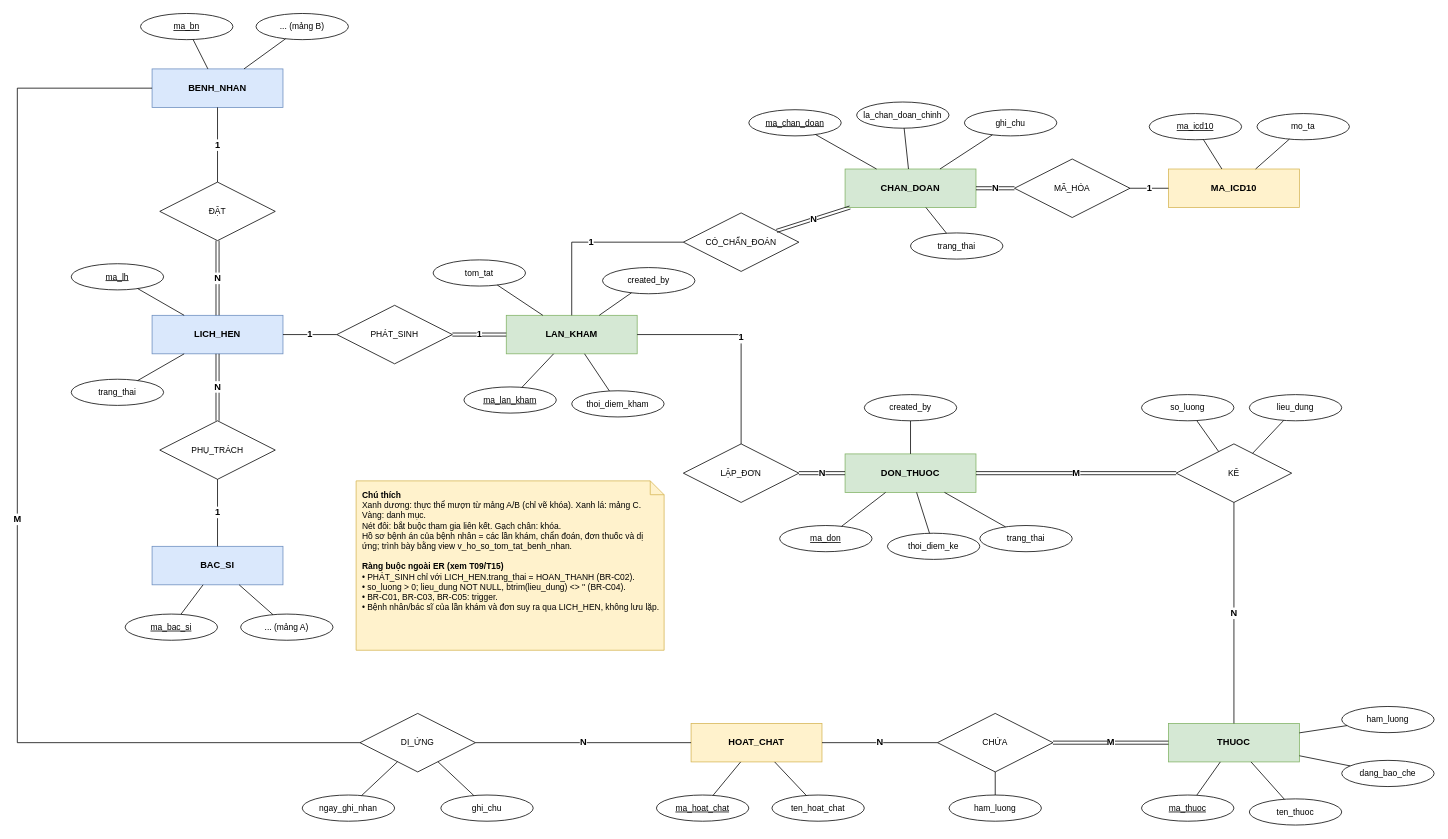
khoiln218/telemedicine keeps this draw.io diagram as erd/C.drawio. Above is the earlier version. Source tidied: cells renumbered, new cells numbered last; positions are measured from the earlier drawing's top-left corner, leaving out a move shared by most shapes. Both pictures are drawn from the tidied source at 77%, with x=0, y=0 at pixel (17, 13).
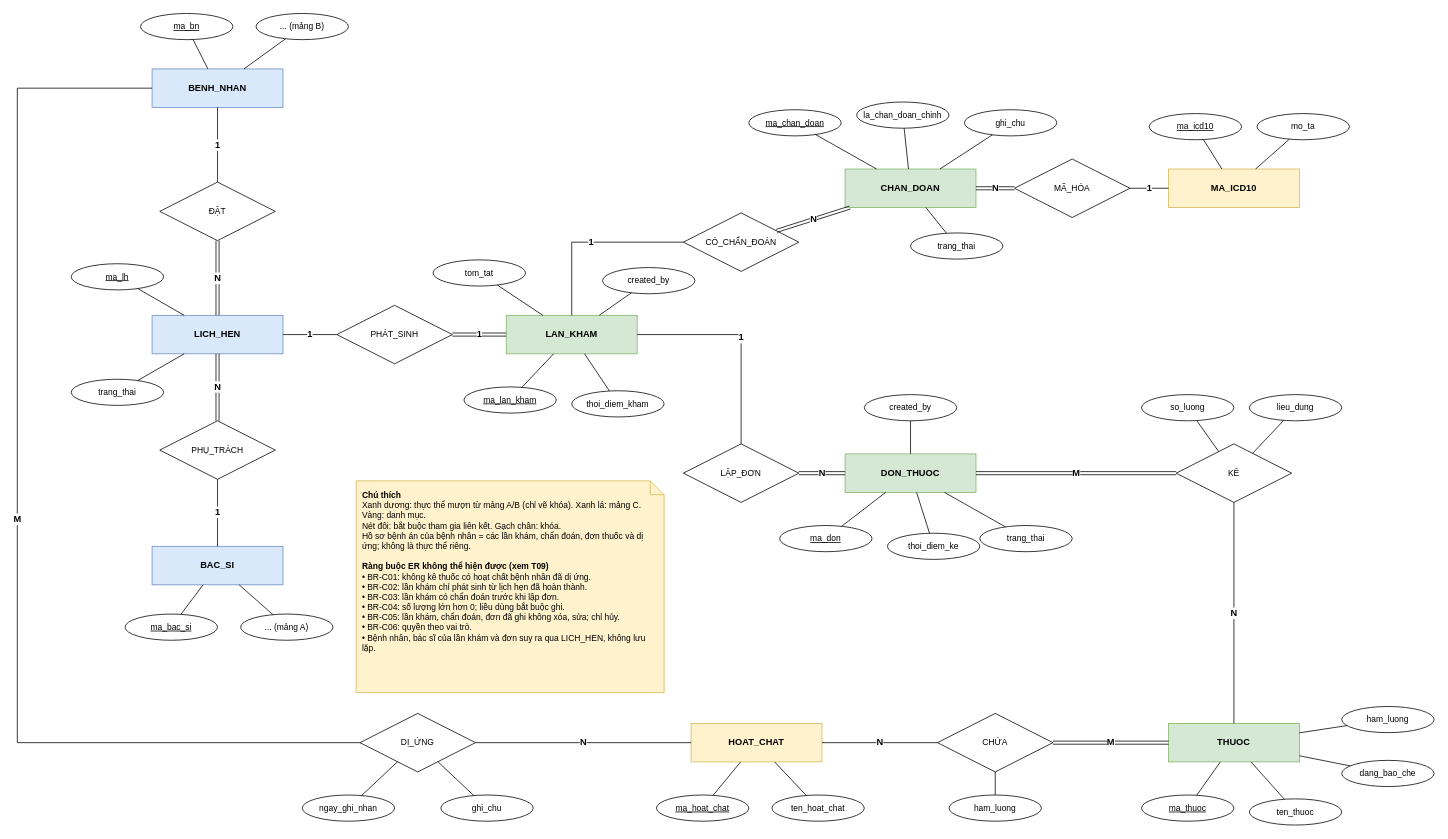
Above is the later version.

What changed in the source:
```diff
@@
-    <mxCell id="51" value="&lt;b&gt;Chú thích&lt;/b&gt;&lt;br&gt;Xanh dương: thực thể mượn từ mảng A/B (chỉ vẽ khóa). Xanh lá: mảng C. Vàng: danh mục.&lt;br&gt;Nét đôi: bắt buộc tham gia liên kết. Gạch chân: khóa.&lt;br&gt;Hồ sơ bệnh án của bệnh nhân = các lần khám, chẩn đoán, đơn thuốc và dị ứng; trình bày bằng view v_ho_so_tom_tat_benh_nhan.&lt;br&gt;&lt;br&gt;&lt;b&gt;Ràng buộc ngoài ER (xem T09/T15)&lt;/b&gt;&lt;br&gt;• PHÁT_SINH chỉ với LICH_HEN.trang_thai = HOAN_THANH (BR-C02).&lt;br&gt;• so_luong &amp;gt; 0; lieu_dung NOT NULL, btrim(lieu_dung) &amp;lt;&amp;gt; '' (BR-C04).&lt;br&gt;• BR-C01, BR-C03, BR-C05: trigger.&lt;br&gt;• Bệnh nhân/bác sĩ của lần khám và đơn suy ra qua LICH_HEN, không lưu lặp." style="shape=note;whiteSpace=wrap;html=1;size=18;align=left;verticalAlign=top;spacing=8;fontSize=11;fillColor=#fff2cc;strokeColor=#d6b656;" parent="1" vertex="1">
-      <mxGeometry x="440" y="607" width="400" height="220" as="geometry" />
+    <mxCell id="51" value="&lt;b&gt;Chú thích&lt;/b&gt;&lt;br&gt;Xanh dương: thực thể mượn từ mảng A/B (chỉ vẽ khóa). Xanh lá: mảng C. Vàng: danh mục.&lt;br&gt;Nét đôi: bắt buộc tham gia liên kết. Gạch chân: khóa.&lt;br&gt;Hồ sơ bệnh án của bệnh nhân = các lần khám, chẩn đoán, đơn thuốc và dị ứng; không là thực thể riêng.&lt;br&gt;&lt;br&gt;&lt;b&gt;Ràng buộc ER không thể hiện được (xem T09)&lt;/b&gt;&lt;br&gt;• BR-C01: không kê thuốc có hoạt chất bệnh nhân đã dị ứng.&lt;br&gt;• BR-C02: lần khám chỉ phát sinh từ lịch hẹn đã hoàn thành.&lt;br&gt;• BR-C03: lần khám có chẩn đoán trước khi lập đơn.&lt;br&gt;• BR-C04: số lượng lớn hơn 0; liều dùng bắt buộc ghi.&lt;br&gt;• BR-C05: lần khám, chẩn đoán, đơn đã ghi không xóa, sửa; chỉ hủy.&lt;br&gt;• BR-C06: quyền theo vai trò.&lt;br&gt;• Bệnh nhân, bác sĩ của lần khám và đơn suy ra qua LICH_HEN, không lưu lặp." style="shape=note;whiteSpace=wrap;html=1;size=18;align=left;verticalAlign=top;spacing=8;fontSize=11;fillColor=#fff2cc;strokeColor=#d6b656;" parent="1" vertex="1">
+      <mxGeometry x="440" y="607" width="400" height="275" as="geometry" />
     </mxCell>
```
